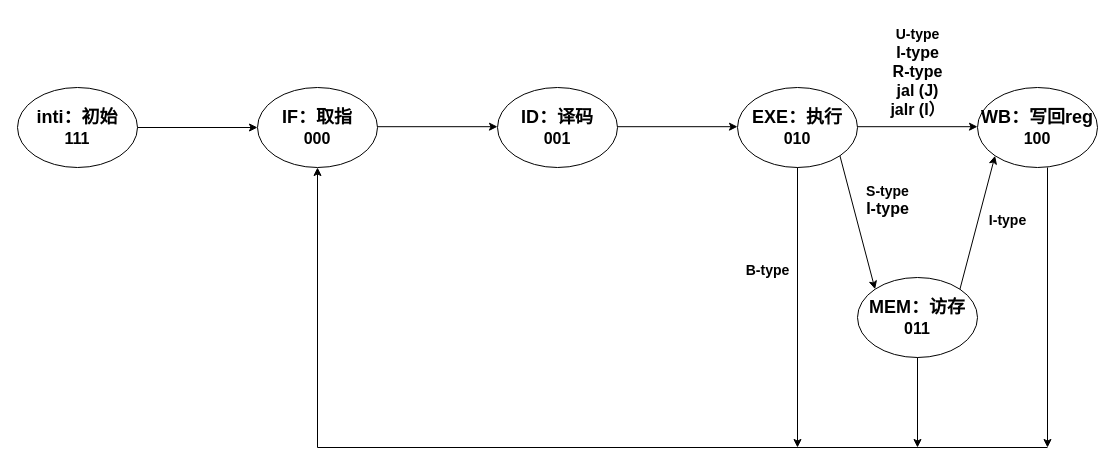
Above: 未命名绘图.drawio in hclofour/AiLearning (draw.io), before the change. Source tidied: cells renumbered, new cells numbered last; positions are measured from the earlier drawing's top-left corner, leaving out a move shared by most shapes. Both pictures are drawn from the tidied source at 100%, with x=0, y=0 at pixel (17, 17).
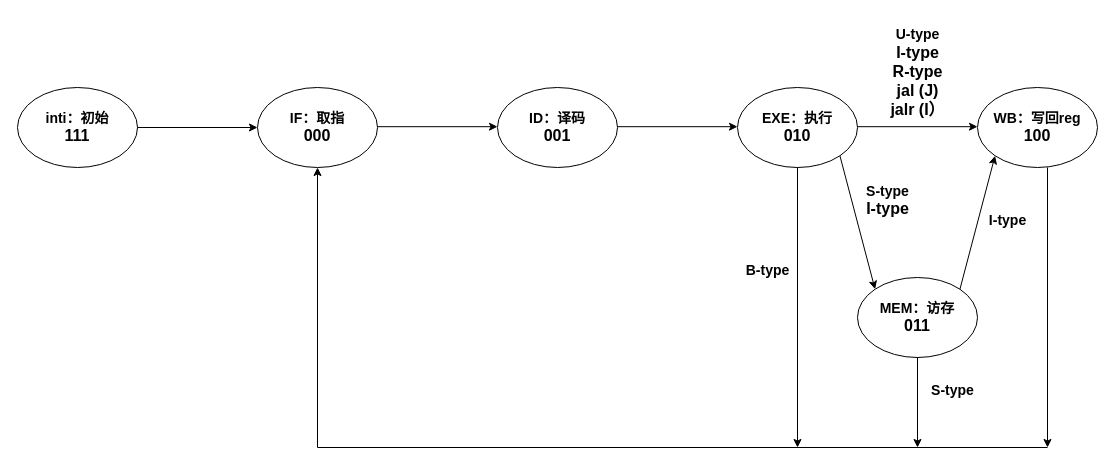
After the change.

Change to the diagram source:
```diff
@@
-    <mxCell id="2" value="&lt;font style=&quot;font-size: 18px;&quot;&gt;inti：初始&lt;/font&gt;&lt;div&gt;&lt;font size=&quot;3&quot;&gt;111&lt;/font&gt;&lt;/div&gt;" style="ellipse;whiteSpace=wrap;html=1;fontStyle=1;" parent="1" vertex="1">
+    <mxCell id="2" value="&lt;font style=&quot;font-size: 14px;&quot;&gt;inti：初始&lt;/font&gt;&lt;div&gt;&lt;font size=&quot;3&quot;&gt;111&lt;/font&gt;&lt;/div&gt;" style="ellipse;whiteSpace=wrap;html=1;fontStyle=1;" parent="1" vertex="1">
       <mxGeometry y="70" width="120" height="80" as="geometry" />
     </mxCell>
-    <mxCell id="3" value="&lt;font style=&quot;font-size: 18px;&quot;&gt;IF：取指&lt;/font&gt;&lt;div&gt;&lt;font size=&quot;3&quot;&gt;000&lt;/font&gt;&lt;/div&gt;" style="ellipse;whiteSpace=wrap;html=1;fontStyle=1;" parent="1" vertex="1">
+    <mxCell id="3" value="&lt;font style=&quot;font-size: 14px;&quot;&gt;IF：取指&lt;/font&gt;&lt;div&gt;&lt;font size=&quot;3&quot;&gt;000&lt;/font&gt;&lt;/div&gt;" style="ellipse;whiteSpace=wrap;html=1;fontStyle=1;" parent="1" vertex="1">
       <mxGeometry x="240" y="70" width="120" height="80" as="geometry" />
     </mxCell>
-    <mxCell id="4" value="&lt;font style=&quot;font-size: 18px;&quot;&gt;MEM：访存&lt;/font&gt;&lt;div&gt;&lt;font size=&quot;3&quot;&gt;011&lt;/font&gt;&lt;/div&gt;" style="ellipse;whiteSpace=wrap;html=1;fontStyle=1;" parent="1" vertex="1">
+    <mxCell id="4" value="&lt;font style=&quot;font-size: 14px;&quot;&gt;MEM：访存&lt;/font&gt;&lt;div&gt;&lt;font size=&quot;3&quot;&gt;011&lt;/font&gt;&lt;/div&gt;" style="ellipse;whiteSpace=wrap;html=1;fontStyle=1;" parent="1" vertex="1">
       <mxGeometry x="840" y="260" width="120" height="80" as="geometry" />
     </mxCell>
-    <mxCell id="5" value="&lt;font style=&quot;font-size: 18px;&quot;&gt;ID：译码&lt;/font&gt;&lt;div&gt;&lt;font size=&quot;3&quot;&gt;001&lt;/font&gt;&lt;/div&gt;" style="ellipse;whiteSpace=wrap;html=1;fontStyle=1;" parent="1" vertex="1">
+    <mxCell id="5" value="&lt;font style=&quot;font-size: 14px;&quot;&gt;ID：译码&lt;/font&gt;&lt;div&gt;&lt;font size=&quot;3&quot;&gt;001&lt;/font&gt;&lt;/div&gt;" style="ellipse;whiteSpace=wrap;html=1;fontStyle=1;" parent="1" vertex="1">
       <mxGeometry x="480" y="70" width="120" height="80" as="geometry" />
     </mxCell>
-    <mxCell id="6" value="&lt;font style=&quot;font-size: 18px;&quot;&gt;EXE：执行&lt;/font&gt;&lt;div&gt;&lt;font size=&quot;3&quot;&gt;010&lt;/font&gt;&lt;/div&gt;" style="ellipse;whiteSpace=wrap;html=1;fontStyle=1;" parent="1" vertex="1">
+    <mxCell id="6" value="&lt;font style=&quot;font-size: 14px;&quot;&gt;EXE：执行&lt;/font&gt;&lt;div&gt;&lt;font size=&quot;3&quot;&gt;010&lt;/font&gt;&lt;/div&gt;" style="ellipse;whiteSpace=wrap;html=1;fontStyle=1;" parent="1" vertex="1">
       <mxGeometry x="720" y="70" width="120" height="80" as="geometry" />
     </mxCell>
-    <mxCell id="7" value="&lt;font style=&quot;font-size: 18px;&quot;&gt;WB：写回reg&lt;/font&gt;&lt;div&gt;&lt;font size=&quot;3&quot;&gt;100&lt;/font&gt;&lt;/div&gt;" style="ellipse;whiteSpace=wrap;html=1;fontStyle=1;" parent="1" vertex="1">
+    <mxCell id="7" value="&lt;font style=&quot;font-size: 14px;&quot;&gt;WB：写回reg&lt;/font&gt;&lt;div&gt;&lt;font size=&quot;3&quot;&gt;100&lt;/font&gt;&lt;/div&gt;" style="ellipse;whiteSpace=wrap;html=1;fontStyle=1;" parent="1" vertex="1">
       <mxGeometry x="960" y="70" width="120" height="80" as="geometry" />
     </mxCell>
@@
+    <mxCell id="23" value="&lt;b&gt;&lt;font style=&quot;font-size: 14px;&quot;&gt;S-type&lt;/font&gt;&lt;/b&gt;" style="text;html=1;align=center;verticalAlign=middle;strokeColor=none;fillColor=none;" parent="1" vertex="1">
+      <mxGeometry x="900" y="358" width="70" height="30" as="geometry" />
+    </mxCell>
```
